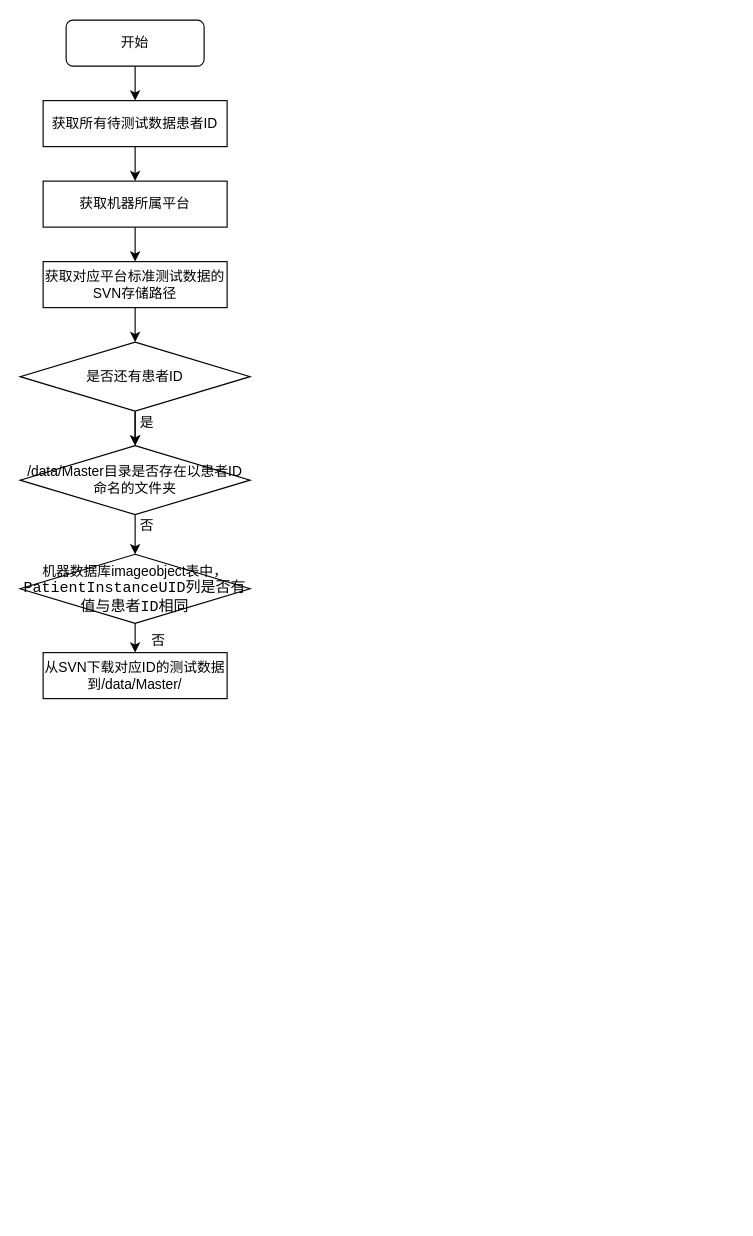
Sancery96/sonotest keeps this draw.io diagram as 未命名绘图.drawio. Above is the earlier version. Source tidied: cells renumbered, new cells numbered last; positions are measured from the earlier drawing's top-left corner, leaving out a move shared by most shapes. Both pictures are drawn from the tidied source at 115%, with x=0, y=0 at pixel (20, 20).
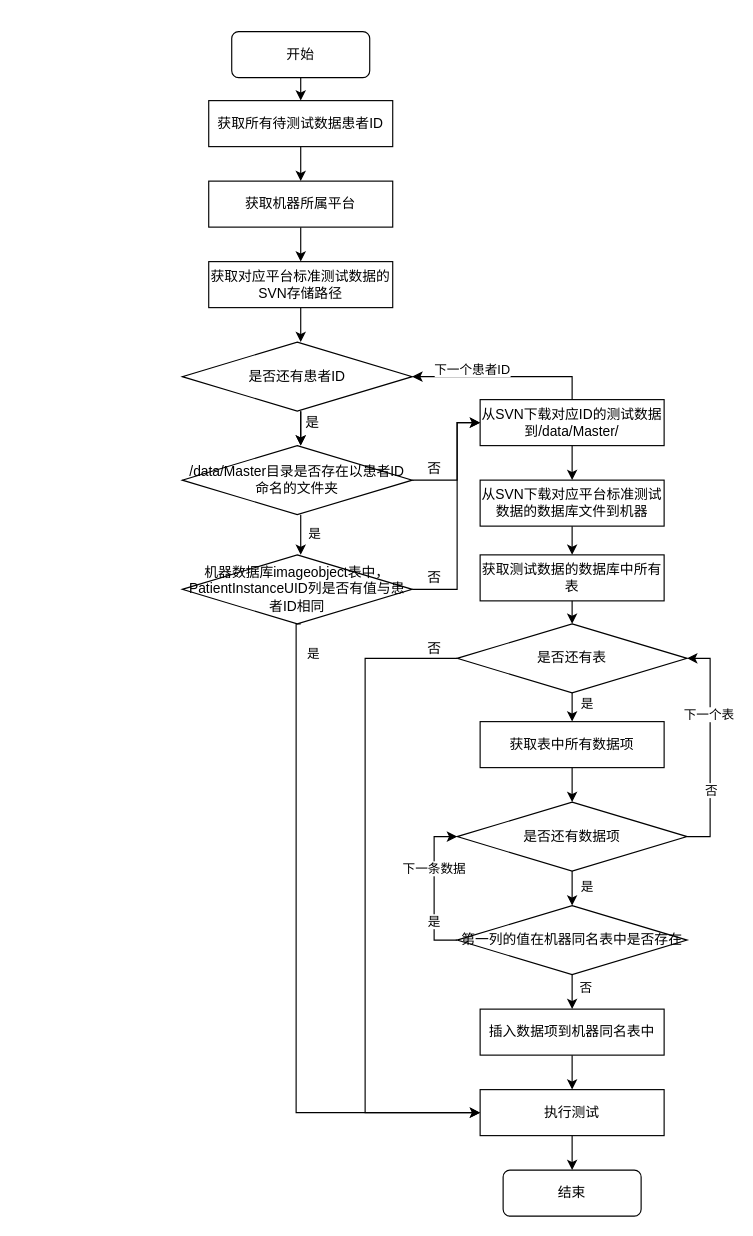
The same diagram, later.

Commit message:
AI自动化患者数据导入流程

Change to the diagram source:
```diff
@@
     <mxCell id="3" value="获取机器所属平台" style="rounded=0;whiteSpace=wrap;html=1;" parent="1" vertex="1">
-      <mxGeometry x="20" y="140" width="160" height="40" as="geometry" />
+      <mxGeometry x="164" y="140" width="160" height="40" as="geometry" />
     </mxCell>
@@
+    <mxCell id="22" style="edgeStyle=orthogonalEdgeStyle;rounded=0;jettySize=auto;html=1;exitX=0.5;exitY=0;exitDx=0;exitDy=0;entryX=1;entryY=0.5;entryDx=0;entryDy=0;" parent="1" edge="1" source="5" target="12">
+      <mxGeometry relative="1" as="geometry" />
+    </mxCell>
+    <mxCell id="23" value="下一个患者ID" style="edgeLabel;html=1;align=center;verticalAlign=middle;" parent="22" vertex="1">
+      <mxGeometry x="0.36" y="-7" relative="1" as="geometry" />
+    </mxCell>
+    <mxCell id="24" style="edgeStyle=orthogonalEdgeStyle;rounded=0;jettySize=auto;html=1;exitX=0.5;exitY=1;exitDx=0;exitDy=0;entryX=0.5;entryY=0;entryDx=0;entryDy=0;" parent="1" edge="1" source="5" target="40">
+      <mxGeometry relative="1" as="geometry" />
+    </mxCell>
     <mxCell id="5" value="从SVN下载对应ID的测试数据到/data/Master/" style="rounded=0;whiteSpace=wrap;html=1;" parent="1" vertex="1">
-      <mxGeometry x="20" y="550" width="160" height="40" as="geometry" />
+      <mxGeometry x="400" y="330" width="160" height="40" as="geometry" />
     </mxCell>
-    <mxCell id="6" style="edgeStyle=orthogonalEdgeStyle;rounded=0;jettySize=auto;html=1;exitX=0.5;exitY=1;exitDx=0;exitDy=0;entryX=0.5;entryY=0;entryDx=0;entryDy=0;fontColor=#000000;" parent="1" edge="1" source="7" target="9">
-      <mxGeometry relative="1" as="geometry" />
-    </mxCell>
+    <mxCell id="25" style="edgeStyle=orthogonalEdgeStyle;rounded=0;orthogonalLoop=1;jettySize=auto;html=1;exitX=0.5;exitY=1;exitDx=0;exitDy=0;entryX=0.5;entryY=0;entryDx=0;entryDy=0;" parent="1" edge="1">
+      <mxGeometry relative="1" as="geometry">
+        <mxPoint x="244" y="430" as="sourcePoint" />
+        <mxPoint x="244" y="465" as="targetPoint" />
+      </mxGeometry>
+    </mxCell>
+    <mxCell id="26" value="是" style="edgeLabel;html=1;align=center;verticalAlign=middle;" parent="25" vertex="1">
+      <mxGeometry x="-0.06" y="11" relative="1" as="geometry" />
+    </mxCell>
+    <mxCell id="27" style="edgeStyle=orthogonalEdgeStyle;rounded=0;jettySize=auto;html=1;exitX=1;exitY=0.5;exitDx=0;exitDy=0;entryX=0;entryY=0.5;entryDx=0;entryDy=0;" parent="1" edge="1" source="7" target="5">
+      <mxGeometry relative="1" as="geometry">
+        <Array as="points">
+          <mxPoint x="380" y="400" />
+          <mxPoint x="380" y="350" />
+        </Array>
+      </mxGeometry>
+    </mxCell>
     <mxCell id="7" value="&lt;span style=&quot;&quot;&gt;/data/Master目录是否存在以患者ID命名的文件夹&lt;/span&gt;" style="rhombus;whiteSpace=wrap;html=1;" parent="1" vertex="1">
-      <mxGeometry y="370" width="200" height="60" as="geometry" />
+      <mxGeometry x="141" y="370" width="200" height="60" as="geometry" />
     </mxCell>
+    <mxCell id="28" style="edgeStyle=orthogonalEdgeStyle;rounded=0;jettySize=auto;html=1;exitX=0.5;exitY=1;exitDx=0;exitDy=0;entryX=0;entryY=0.5;entryDx=0;entryDy=0;" parent="1" edge="1" target="33">
+      <mxGeometry relative="1" as="geometry">
+        <mxPoint x="244" y="525" as="sourcePoint" />
+        <Array as="points">
+          <mxPoint x="240" y="525" />
+          <mxPoint x="240" y="950" />
+        </Array>
+      </mxGeometry>
+    </mxCell>
+    <mxCell id="29" value="是" style="edgeLabel;html=1;align=center;verticalAlign=middle;" parent="28" vertex="1">
+      <mxGeometry x="0.03" y="12" relative="1" as="geometry">
+        <mxPoint x="2" y="-274" as="offset" />
+      </mxGeometry>
+    </mxCell>
-    <mxCell id="8" style="edgeStyle=orthogonalEdgeStyle;rounded=0;jettySize=auto;html=1;exitX=0.5;exitY=1;exitDx=0;exitDy=0;entryX=0.5;entryY=0;entryDx=0;entryDy=0;fontColor=#000000;" parent="1" edge="1" source="9" target="5">
-      <mxGeometry relative="1" as="geometry" />
+    <mxCell id="8" style="edgeStyle=orthogonalEdgeStyle;rounded=0;jettySize=auto;html=1;exitX=1;exitY=0.5;exitDx=0;exitDy=0;entryX=0;entryY=0.5;entryDx=0;entryDy=0;" parent="1" edge="1" source="9" target="5">
+      <mxGeometry relative="1" as="geometry">
+        <Array as="points">
+          <mxPoint x="380" y="495" />
+          <mxPoint x="380" y="350" />
+        </Array>
+      </mxGeometry>
     </mxCell>
-    <mxCell id="9" value="&lt;span style=&quot;&quot;&gt;机器数据库imageobject表中，&lt;/span&gt;&lt;span style=&quot;font-family: &amp;quot;JetBrains Mono&amp;quot;, monospace; font-size: 9.8pt;&quot;&gt;PatientInstanceUID列是否有值与患者ID相同&lt;/span&gt;" style="rhombus;whiteSpace=wrap;html=1;" parent="1" vertex="1">
-      <mxGeometry y="464.5" width="200" height="60" as="geometry" />
+    <mxCell id="9" value="&lt;font style=&quot;font-size: 12px&quot;&gt;机器数据库imageobject表中，PatientInstanceUID列是否有值与患者ID相同&lt;/font&gt;" style="rhombus;whiteSpace=wrap;html=1;" parent="1" vertex="1">
+      <mxGeometry x="141" y="465" width="200" height="60" as="geometry" />
     </mxCell>
-    <mxCell id="10" style="edgeStyle=orthogonalEdgeStyle;rounded=0;jettySize=auto;html=1;exitX=0.5;exitY=1;exitDx=0;exitDy=0;entryX=0.5;entryY=0;entryDx=0;entryDy=0;fontColor=#000000;" parent="1" edge="1" source="12" target="7">
-      <mxGeometry relative="1" as="geometry" />
+    <mxCell id="10" style="edgeStyle=orthogonalEdgeStyle;rounded=0;orthogonalLoop=1;jettySize=auto;html=1;exitX=0.5;exitY=1;exitDx=0;exitDy=0;entryX=0.5;entryY=0;entryDx=0;entryDy=0;fontColor=#000000;" parent="1" edge="1">
+      <mxGeometry relative="1" as="geometry">
+        <mxPoint x="244" y="340" as="sourcePoint" />
+        <mxPoint x="244" y="370" as="targetPoint" />
+      </mxGeometry>
     </mxCell>
-    <mxCell id="11" style="edgeStyle=orthogonalEdgeStyle;rounded=0;jettySize=auto;html=1;fontColor=#000000;" parent="1" edge="1" source="12" target="7">
-      <mxGeometry relative="1" as="geometry" />
+    <mxCell id="11" style="edgeStyle=orthogonalEdgeStyle;rounded=0;orthogonalLoop=1;jettySize=auto;html=1;fontColor=#000000;" parent="1" edge="1">
+      <mxGeometry relative="1" as="geometry">
+        <mxPoint x="244" y="340" as="sourcePoint" />
+        <mxPoint x="244" y="370" as="targetPoint" />
+      </mxGeometry>
     </mxCell>
     <mxCell id="12" value="是否还有患者ID" style="rhombus;whiteSpace=wrap;html=1;" parent="1" vertex="1">
-      <mxGeometry y="280" width="200" height="60" as="geometry" />
+      <mxGeometry x="141" y="280" width="200" height="60" as="geometry" />
     </mxCell>
-    <mxCell id="13" style="edgeStyle=orthogonalEdgeStyle;rounded=0;jettySize=auto;html=1;exitX=0.5;exitY=1;exitDx=0;exitDy=0;entryX=0.5;entryY=0;entryDx=0;entryDy=0;fontColor=#000000;" parent="1" edge="1" source="14" target="16">
-      <mxGeometry relative="1" as="geometry" />
-    </mxCell>
-    <mxCell id="14" value="开始" style="rounded=1;whiteSpace=wrap;html=1;labelBackgroundColor=none;fontColor=#000000;" parent="1" vertex="1">
-      <mxGeometry x="40" width="120" height="40" as="geometry" />
+    <mxCell id="14" value="结束" style="rounded=1;whiteSpace=wrap;html=1;labelBackgroundColor=none;fontColor=#000000;" parent="1" vertex="1">
+      <mxGeometry x="420" y="1000" width="120" height="40" as="geometry" />
     </mxCell>
@@
     <mxCell id="16" value="获取所有待测试数据患者ID" style="rounded=0;whiteSpace=wrap;html=1;" parent="1" vertex="1">
-      <mxGeometry x="20" y="70" width="160" height="40" as="geometry" />
+      <mxGeometry x="164" y="70" width="160" height="40" as="geometry" />
     </mxCell>
-    <mxCell id="17" style="edgeStyle=orthogonalEdgeStyle;rounded=0;jettySize=auto;html=1;exitX=0.5;exitY=1;exitDx=0;exitDy=0;entryX=0.5;entryY=0;entryDx=0;entryDy=0;fontColor=#000000;" parent="1" edge="1" source="18" target="12">
-      <mxGeometry relative="1" as="geometry" />
+    <mxCell id="17" style="edgeStyle=orthogonalEdgeStyle;rounded=0;jettySize=auto;html=1;exitX=0.5;exitY=1;exitDx=0;exitDy=0;entryX=0.5;entryY=0;entryDx=0;entryDy=0;fontColor=#000000;" parent="1" edge="1" source="18">
+      <mxGeometry relative="1" as="geometry">
+        <mxPoint x="244" y="280" as="targetPoint" />
+      </mxGeometry>
     </mxCell>
     <mxCell id="18" value="获取对应平台标准测试数据的SVN存储路径" style="rounded=0;whiteSpace=wrap;html=1;" parent="1" vertex="1">
-      <mxGeometry x="20" y="210" width="160" height="40" as="geometry" />
+      <mxGeometry x="164" y="210" width="160" height="40" as="geometry" />
     </mxCell>
-    <mxCell id="19" value="否" style="text;html=1;align=center;verticalAlign=middle;strokeColor=none;fillColor=none;fontColor=#000000;" parent="1" vertex="1">
-      <mxGeometry x="95" y="430" width="30" height="20" as="geometry" />
-    </mxCell>
     <mxCell id="20" value="是" style="text;html=1;align=center;verticalAlign=middle;strokeColor=none;fillColor=none;fontColor=#000000;" parent="1" vertex="1">
-      <mxGeometry x="95" y="340" width="30" height="20" as="geometry" />
+      <mxGeometry x="239" y="340" width="30" height="20" as="geometry" />
     </mxCell>
-    <mxCell id="21" value="否" style="text;html=1;align=center;verticalAlign=middle;strokeColor=none;fillColor=none;fontColor=#000000;" parent="1" vertex="1">
-      <mxGeometry x="105" y="530" width="30" height="20" as="geometry" />
-    </mxCell>
+    <mxCell id="30" style="edgeStyle=orthogonalEdgeStyle;rounded=0;jettySize=auto;html=1;exitX=0.5;exitY=1;exitDx=0;exitDy=0;entryX=0.5;entryY=0;entryDx=0;entryDy=0;" parent="1" edge="1" source="31" target="16">
+      <mxGeometry relative="1" as="geometry" />
+    </mxCell>
+    <mxCell id="31" value="开始" style="rounded=1;whiteSpace=wrap;html=1;labelBackgroundColor=none;fontColor=#000000;" parent="1" vertex="1">
+      <mxGeometry x="184" y="10" width="120" height="40" as="geometry" />
+    </mxCell>
+    <mxCell id="32" style="edgeStyle=orthogonalEdgeStyle;rounded=0;jettySize=auto;html=1;exitX=0.5;exitY=1;exitDx=0;exitDy=0;entryX=0.5;entryY=0;entryDx=0;entryDy=0;" parent="1" edge="1" source="33" target="14">
+      <mxGeometry relative="1" as="geometry" />
+    </mxCell>
+    <mxCell id="33" value="执行测试" style="rounded=0;whiteSpace=wrap;html=1;" parent="1" vertex="1">
+      <mxGeometry x="400" y="930" width="160" height="40" as="geometry" />
+    </mxCell>
+    <mxCell id="34" style="edgeStyle=orthogonalEdgeStyle;rounded=0;jettySize=auto;html=1;exitX=0.5;exitY=1;exitDx=0;exitDy=0;entryX=0.5;entryY=0;entryDx=0;entryDy=0;" parent="1" edge="1" source="37" target="61">
+      <mxGeometry relative="1" as="geometry" />
+    </mxCell>
+    <mxCell id="35" value="是" style="edgeLabel;html=1;align=center;verticalAlign=middle;" parent="34" vertex="1">
+      <mxGeometry x="-0.3" y="12" relative="1" as="geometry" />
+    </mxCell>
+    <mxCell id="36" style="edgeStyle=orthogonalEdgeStyle;rounded=0;jettySize=auto;html=1;exitX=0;exitY=0.5;exitDx=0;exitDy=0;entryX=0;entryY=0.5;entryDx=0;entryDy=0;" parent="1" edge="1" source="37" target="33">
+      <mxGeometry relative="1" as="geometry">
+        <Array as="points">
+          <mxPoint x="300" y="555" />
+          <mxPoint x="300" y="950" />
+        </Array>
+      </mxGeometry>
+    </mxCell>
+    <mxCell id="37" value="是否还有表" style="rhombus;whiteSpace=wrap;html=1;" parent="1" vertex="1">
+      <mxGeometry x="380" y="525" width="200" height="60" as="geometry" />
+    </mxCell>
+    <mxCell id="38" style="edgeStyle=orthogonalEdgeStyle;rounded=0;jettySize=auto;html=1;exitX=0.5;exitY=1;exitDx=0;exitDy=0;startArrow=none;" parent="1" edge="1" source="59">
+      <mxGeometry relative="1" as="geometry">
+        <mxPoint x="480" y="470" as="targetPoint" />
+      </mxGeometry>
+    </mxCell>
+    <mxCell id="39" style="edgeStyle=orthogonalEdgeStyle;rounded=0;jettySize=auto;html=1;exitX=0.5;exitY=1;exitDx=0;exitDy=0;entryX=0.5;entryY=0;entryDx=0;entryDy=0;" parent="1" edge="1" source="40" target="59">
+      <mxGeometry relative="1" as="geometry" />
+    </mxCell>
+    <mxCell id="40" value="从SVN下载对应平台标准测试数据的数据库文件到机器" style="rounded=0;whiteSpace=wrap;html=1;" parent="1" vertex="1">
+      <mxGeometry x="400" y="400" width="160" height="40" as="geometry" />
+    </mxCell>
+    <mxCell id="41" style="edgeStyle=orthogonalEdgeStyle;rounded=0;jettySize=auto;html=1;exitX=0.5;exitY=1;exitDx=0;exitDy=0;entryX=0.5;entryY=0;entryDx=0;entryDy=0;" parent="1" edge="1" source="46" target="52">
+      <mxGeometry relative="1" as="geometry" />
+    </mxCell>
+    <mxCell id="42" value="是" style="edgeLabel;html=1;align=center;verticalAlign=middle;" parent="41" vertex="1">
+      <mxGeometry x="-0.1" y="15" relative="1" as="geometry">
+        <mxPoint x="-3" y="-1" as="offset" />
+      </mxGeometry>
+    </mxCell>
+    <mxCell id="43" style="edgeStyle=orthogonalEdgeStyle;rounded=0;jettySize=auto;html=1;exitX=1;exitY=0.5;exitDx=0;exitDy=0;entryX=1;entryY=0.5;entryDx=0;entryDy=0;" parent="1" edge="1" source="46" target="37">
+      <mxGeometry relative="1" as="geometry">
+        <Array as="points">
+          <mxPoint x="600" y="710" />
+          <mxPoint x="600" y="555" />
+        </Array>
+      </mxGeometry>
+    </mxCell>
+    <mxCell id="44" value="否" style="edgeLabel;html=1;align=center;verticalAlign=middle;" parent="43" vertex="1">
+      <mxGeometry x="-0.37" y="-3" relative="1" as="geometry">
+        <mxPoint x="-3" as="offset" />
+      </mxGeometry>
+    </mxCell>
+    <mxCell id="45" value="下一个表" style="edgeLabel;html=1;align=center;verticalAlign=middle;" parent="43" vertex="1">
+      <mxGeometry x="0.3" y="2" relative="1" as="geometry" />
+    </mxCell>
+    <mxCell id="46" value="是否还有数据项" style="rhombus;whiteSpace=wrap;html=1;" parent="1" vertex="1">
+      <mxGeometry x="380" y="680" width="200" height="60" as="geometry" />
+    </mxCell>
+    <mxCell id="47" style="edgeStyle=orthogonalEdgeStyle;rounded=0;jettySize=auto;html=1;exitX=0.5;exitY=1;exitDx=0;exitDy=0;entryX=0.5;entryY=0;entryDx=0;entryDy=0;" parent="1" edge="1" source="52" target="54">
+      <mxGeometry relative="1" as="geometry" />
+    </mxCell>
+    <mxCell id="48" value="否" style="edgeLabel;html=1;align=center;verticalAlign=middle;" parent="47" vertex="1">
+      <mxGeometry y="20" relative="1" as="geometry">
+        <mxPoint x="-9" y="-4" as="offset" />
+      </mxGeometry>
+    </mxCell>
+    <mxCell id="49" style="edgeStyle=orthogonalEdgeStyle;rounded=0;jettySize=auto;html=1;exitX=0;exitY=0.5;exitDx=0;exitDy=0;entryX=0;entryY=0.5;entryDx=0;entryDy=0;" parent="1" edge="1" source="52" target="46">
+      <mxGeometry relative="1" as="geometry">
+        <Array as="points">
+          <mxPoint x="360" y="800" />
+          <mxPoint x="360" y="710" />
+        </Array>
+      </mxGeometry>
+    </mxCell>
+    <mxCell id="50" value="是" style="edgeLabel;html=1;align=center;verticalAlign=middle;" parent="49" vertex="1">
+      <mxGeometry x="-0.43" y="-1" relative="1" as="geometry">
+        <mxPoint x="-2" as="offset" />
+      </mxGeometry>
+    </mxCell>
+    <mxCell id="51" value="下一条数据" style="edgeLabel;html=1;align=center;verticalAlign=middle;" parent="49" vertex="1">
+      <mxGeometry x="0.27" y="1" relative="1" as="geometry" />
+    </mxCell>
+    <mxCell id="52" value="第一列的值在机器同名表中是否存在" style="rhombus;whiteSpace=wrap;html=1;" parent="1" vertex="1">
+      <mxGeometry x="380" y="770" width="200" height="60" as="geometry" />
+    </mxCell>
+    <mxCell id="53" style="edgeStyle=orthogonalEdgeStyle;rounded=0;jettySize=auto;html=1;exitX=0.5;exitY=1;exitDx=0;exitDy=0;entryX=0.5;entryY=0;entryDx=0;entryDy=0;" parent="1" edge="1" source="54" target="33">
+      <mxGeometry relative="1" as="geometry" />
+    </mxCell>
+    <mxCell id="54" value="插入数据项到机器同名表中" style="rounded=0;whiteSpace=wrap;html=1;" parent="1" vertex="1">
+      <mxGeometry x="400" y="860" width="160" height="40" as="geometry" />
+    </mxCell>
+    <mxCell id="55" value="否" style="text;html=1;align=center;verticalAlign=middle;strokeColor=none;" parent="1" vertex="1">
+      <mxGeometry x="345" y="537" width="30" height="20" as="geometry" />
+    </mxCell>
+    <mxCell id="56" value="否" style="text;html=1;align=center;verticalAlign=middle;strokeColor=none;" parent="1" vertex="1">
+      <mxGeometry x="345" y="380" width="30" height="20" as="geometry" />
+    </mxCell>
+    <mxCell id="57" value="否" style="text;html=1;align=center;verticalAlign=middle;strokeColor=none;" parent="1" vertex="1">
+      <mxGeometry x="345" y="475" width="30" height="20" as="geometry" />
+    </mxCell>
+    <mxCell id="58" style="edgeStyle=orthogonalEdgeStyle;rounded=0;jettySize=auto;html=1;exitX=0.5;exitY=1;exitDx=0;exitDy=0;entryX=0.5;entryY=0;entryDx=0;entryDy=0;" parent="1" edge="1" source="59" target="37">
+      <mxGeometry relative="1" as="geometry" />
+    </mxCell>
+    <mxCell id="59" value="获取测试数据的数据库中所有表" style="rounded=0;whiteSpace=wrap;html=1;" parent="1" vertex="1">
+      <mxGeometry x="400" y="465" width="160" height="40" as="geometry" />
+    </mxCell>
+    <mxCell id="60" style="edgeStyle=orthogonalEdgeStyle;rounded=0;jettySize=auto;html=1;exitX=0.5;exitY=1;exitDx=0;exitDy=0;entryX=0.5;entryY=0;entryDx=0;entryDy=0;" parent="1" edge="1" source="61" target="46">
+      <mxGeometry relative="1" as="geometry" />
+    </mxCell>
+    <mxCell id="61" value="获取表中所有数据项" style="rounded=0;whiteSpace=wrap;html=1;" parent="1" vertex="1">
+      <mxGeometry x="400" y="610" width="160" height="40" as="geometry" />
+    </mxCell>
```
